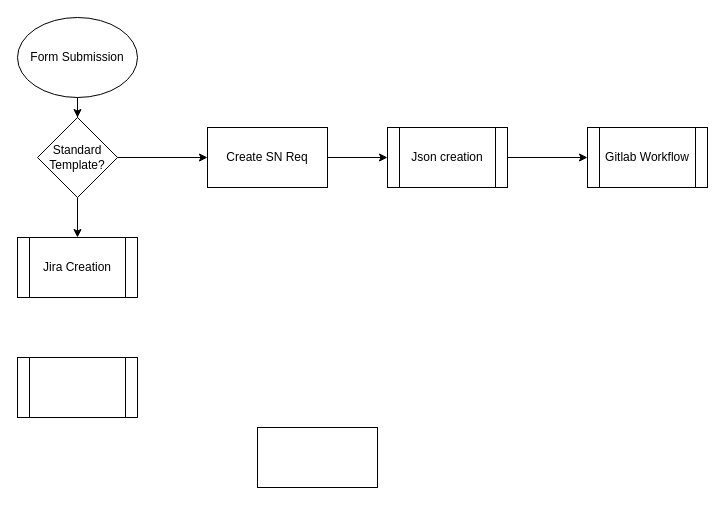
Above: page "Page-1" (1 of 2) of Process for new API.drawio in bhrobinson/draw.io (draw.io), before the change. Source tidied: cells renumbered, new cells numbered last; positions are measured from the earlier drawing's top-left corner, leaving out a move shared by most shapes. Both pictures are drawn from the tidied source at 100%, with x=0, y=0 at pixel (17, 17).
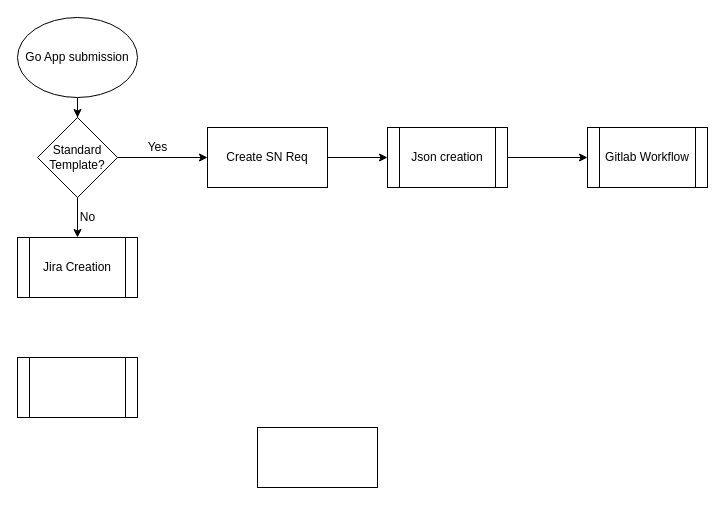
After the change.

Diff of the diagram source:
```diff
@@
 <mxGraphModel>
   <root>
     <mxCell id="0" />
     <mxCell id="1" parent="0" />
     <mxCell id="2" style="edgeStyle=orthogonalEdgeStyle;rounded=0;jettySize=auto;html=1;" parent="1" edge="1" source="3" target="10">
       <mxGeometry relative="1" as="geometry" />
     </mxCell>
-    <mxCell id="3" value="Form Submission" style="ellipse;whiteSpace=wrap;html=1;" parent="1" vertex="1">
+    <mxCell id="3" value="Go App submission" style="ellipse;whiteSpace=wrap;html=1;" parent="1" vertex="1">
       <mxGeometry width="120" height="80" as="geometry" />
     </mxCell>
     <mxCell id="4" value="Jira Creation" style="shape=process;whiteSpace=wrap;html=1;backgroundOutline=1;" parent="1" vertex="1">
       <mxGeometry y="220" width="120" height="60" as="geometry" />
     </mxCell>
     <mxCell id="5" style="edgeStyle=orthogonalEdgeStyle;rounded=0;jettySize=auto;html=1;" parent="1" edge="1" source="6" target="14">
       <mxGeometry relative="1" as="geometry" />
     </mxCell>
     <mxCell id="6" value="Json creation" style="shape=process;whiteSpace=wrap;html=1;backgroundOutline=1;" parent="1" vertex="1">
       <mxGeometry x="370" y="110" width="120" height="60" as="geometry" />
     </mxCell>
     <mxCell id="7" style="shape=process;whiteSpace=wrap;html=1;backgroundOutline=1;" parent="1" vertex="1">
       <mxGeometry y="340" width="120" height="60" as="geometry" />
     </mxCell>
     <mxCell id="8" style="edgeStyle=orthogonalEdgeStyle;rounded=0;jettySize=auto;html=1;" parent="1" edge="1" source="10" target="4">
       <mxGeometry relative="1" as="geometry" />
     </mxCell>
     <mxCell id="9" style="edgeStyle=orthogonalEdgeStyle;rounded=0;jettySize=auto;html=1;" parent="1" edge="1" source="10" target="13">
       <mxGeometry relative="1" as="geometry" />
     </mxCell>
     <mxCell id="10" value="Standard Template?" style="rhombus;whiteSpace=wrap;html=1;" parent="1" vertex="1">
       <mxGeometry x="20" y="100" width="80" height="80" as="geometry" />
     </mxCell>
     <mxCell id="11" style="rounded=0;whiteSpace=wrap;html=1;" parent="1" vertex="1">
       <mxGeometry x="240" y="410" width="120" height="60" as="geometry" />
     </mxCell>
     <mxCell id="12" style="edgeStyle=orthogonalEdgeStyle;rounded=0;jettySize=auto;html=1;" parent="1" edge="1" source="13" target="6">
       <mxGeometry relative="1" as="geometry" />
     </mxCell>
     <mxCell id="13" value="Create SN Req" style="rounded=0;whiteSpace=wrap;html=1;" parent="1" vertex="1">
       <mxGeometry x="190" y="110" width="120" height="60" as="geometry" />
     </mxCell>
     <mxCell id="14" value="Gitlab Workflow" style="shape=process;whiteSpace=wrap;html=1;backgroundOutline=1;" parent="1" vertex="1">
       <mxGeometry x="570" y="110" width="120" height="60" as="geometry" />
     </mxCell>
+    <mxCell id="15" value="Yes" style="text;html=1;align=center;verticalAlign=middle;strokeColor=none;fillColor=none;" parent="1" vertex="1">
+      <mxGeometry x="120" y="120" width="40" height="20" as="geometry" />
+    </mxCell>
+    <mxCell id="16" value="No" style="text;html=1;align=center;verticalAlign=middle;strokeColor=none;fillColor=none;" parent="1" vertex="1">
+      <mxGeometry x="55" y="190" width="30" height="20" as="geometry" />
+    </mxCell>
   </root>
 </mxGraphModel>
```
